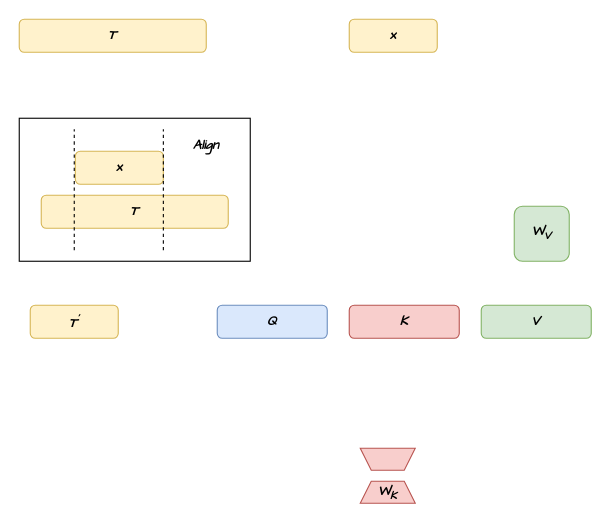
This is 未命名绘图3.drawio from ZhangzeqingCN/api-project, a draw.io file, before an edit. Source tidied: cells renumbered, new cells numbered last; positions are measured from the earlier drawing's top-left corner, leaving out a move shared by most shapes. Both pictures are drawn from the tidied source at 110%, with x=0, y=0 at pixel (19, 19).
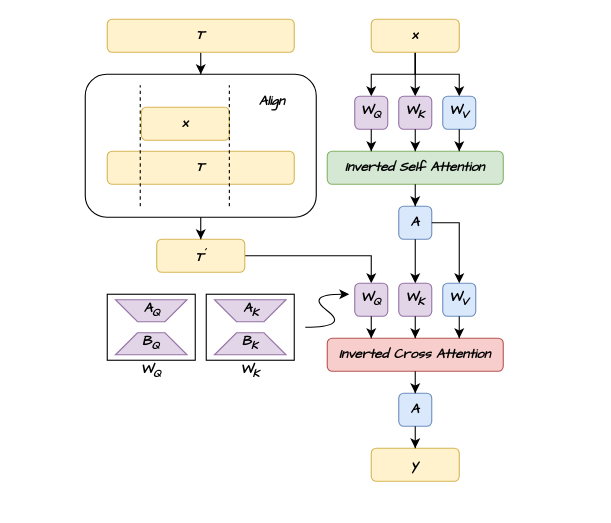
Above is the later version.

Commit message (it also covers changes not shown here):
更新未命名绘图3.drawio

Diff of the diagram source:
```diff
@@
-    <mxCell id="2" value="V" style="rounded=1;whiteSpace=wrap;html=1;rotation=0;fillColor=#d5e8d4;strokeColor=#82b366;fontFamily=Comic Sans MS;fontStyle=3;" parent="1" vertex="1">
-      <mxGeometry x="420" y="260" width="100" height="30" as="geometry" />
-    </mxCell>
-    <mxCell id="3" value="K" style="rounded=1;whiteSpace=wrap;html=1;rotation=0;fillColor=#f8cecc;strokeColor=#b85450;fontFamily=Comic Sans MS;fontStyle=3;" parent="1" vertex="1">
-      <mxGeometry x="300" y="260" width="100" height="30" as="geometry" />
-    </mxCell>
-    <mxCell id="4" value="Q" style="rounded=1;whiteSpace=wrap;html=1;rotation=0;fillColor=#dae8fc;strokeColor=#6c8ebf;fontFamily=Comic Sans MS;fontStyle=3;" parent="1" vertex="1">
-      <mxGeometry x="180" y="260" width="100" height="30" as="geometry" />
-    </mxCell>
+    <mxCell id="19" style="edgeStyle=orthogonalEdgeStyle;rounded=0;jettySize=auto;html=1;entryX=0.5;entryY=0;entryDx=0;entryDy=0;" parent="1" edge="1" source="5" target="29">
+      <mxGeometry relative="1" as="geometry" />
+    </mxCell>
+    <mxCell id="20" style="edgeStyle=orthogonalEdgeStyle;rounded=0;jettySize=auto;html=1;entryX=0.5;entryY=0;entryDx=0;entryDy=0;" parent="1" edge="1" source="5" target="30">
+      <mxGeometry relative="1" as="geometry" />
+    </mxCell>
+    <mxCell id="21" style="edgeStyle=orthogonalEdgeStyle;rounded=0;jettySize=auto;html=1;entryX=0.5;entryY=0;entryDx=0;entryDy=0;" parent="1" edge="1" source="5" target="31">
+      <mxGeometry relative="1" as="geometry" />
+    </mxCell>
     <mxCell id="5" value="&lt;span&gt;x&lt;/span&gt;" style="rounded=1;whiteSpace=wrap;html=1;rotation=0;fillColor=#fff2cc;strokeColor=#d6b656;fontFamily=Comic Sans MS;fontStyle=3;" parent="1" vertex="1">
-      <mxGeometry x="300" width="80" height="30" as="geometry" />
+      <mxGeometry x="320" width="80" height="30" as="geometry" />
     </mxCell>
+    <mxCell id="22" style="edgeStyle=orthogonalEdgeStyle;rounded=0;jettySize=auto;html=1;entryX=0.5;entryY=0;entryDx=0;entryDy=0;" parent="1" edge="1" source="6" target="41">
+      <mxGeometry relative="1" as="geometry" />
+    </mxCell>
     <mxCell id="6" value="T&lt;sup&gt;'&lt;/sup&gt;" style="rounded=1;whiteSpace=wrap;html=1;rotation=0;fillColor=#fff2cc;strokeColor=#d6b656;fontFamily=Comic Sans MS;fontStyle=3;" parent="1" vertex="1">
-      <mxGeometry x="10" y="260" width="80" height="30" as="geometry" />
+      <mxGeometry x="125" y="200" width="80" height="30" as="geometry" />
     </mxCell>
-    <mxCell id="7" value="W&lt;sub&gt;V&lt;/sub&gt;" style="rounded=1;whiteSpace=wrap;html=1;rotation=0;fillColor=#d5e8d4;strokeColor=#82b366;fontFamily=Comic Sans MS;fontStyle=3;" parent="1" vertex="1">
-      <mxGeometry x="450" y="170" width="50" height="50" as="geometry" />
-    </mxCell>
-    <mxCell id="8" value="&lt;span style=&quot;font-family: &amp;quot;Comic Sans MS&amp;quot;; font-style: italic; font-weight: 700;&quot;&gt;W&lt;sub&gt;K&lt;/sub&gt;&lt;/span&gt;" style="shape=trapezoid;perimeter=trapezoidPerimeter;whiteSpace=wrap;html=1;fixedSize=1;fillColor=#f8cecc;strokeColor=#b85450;size=10;" parent="1" vertex="1">
-      <mxGeometry x="310" y="420" width="50" height="20" as="geometry" />
-    </mxCell>
-    <mxCell id="9" style="shape=trapezoid;perimeter=trapezoidPerimeter;whiteSpace=wrap;html=1;fixedSize=1;fillColor=#f8cecc;strokeColor=#b85450;size=10;rotation=-180;" parent="1" vertex="1">
-      <mxGeometry x="310" y="390" width="50" height="20" as="geometry" />
-    </mxCell>
-    <mxCell id="10" style="group;fontFamily=Comic Sans MS;" parent="1" vertex="1">
-      <mxGeometry y="90" width="210" height="130" as="geometry" />
+    <mxCell id="10" style="group;fontFamily=Comic Sans MS;rounded=0;" parent="1" vertex="1">
+      <mxGeometry x="60" y="50" width="210" height="130" as="geometry" />
     </mxCell>
-    <mxCell id="11" style="rounded=0;whiteSpace=wrap;html=1;" parent="10" vertex="1">
+    <mxCell id="11" style="rounded=1;whiteSpace=wrap;html=1;" parent="10" vertex="1">
       <mxGeometry width="210" height="130" as="geometry" />
     </mxCell>
@@
+    <mxCell id="23" style="edgeStyle=orthogonalEdgeStyle;rounded=0;jettySize=auto;html=1;entryX=0.5;entryY=0;entryDx=0;entryDy=0;" parent="1" edge="1" source="18" target="11">
+      <mxGeometry relative="1" as="geometry" />
+    </mxCell>
     <mxCell id="18" value="T" style="rounded=1;whiteSpace=wrap;html=1;rotation=0;fillColor=#fff2cc;strokeColor=#d6b656;fontFamily=Comic Sans MS;fontStyle=3;" parent="1" vertex="1">
-      <mxGeometry width="170" height="30" as="geometry" />
+      <mxGeometry x="80" width="170" height="30" as="geometry" />
     </mxCell>
+    <mxCell id="24" style="edgeStyle=orthogonalEdgeStyle;rounded=0;jettySize=auto;html=1;entryX=0.5;entryY=0;entryDx=0;entryDy=0;" parent="1" edge="1" source="11" target="6">
+      <mxGeometry relative="1" as="geometry" />
+    </mxCell>
+    <mxCell id="25" style="group;" parent="1" vertex="1">
+      <mxGeometry x="280" y="70" width="160" height="130" as="geometry" />
+    </mxCell>
+    <mxCell id="26" style="group;" parent="25" vertex="1">
+      <mxGeometry width="160" height="80" as="geometry" />
+    </mxCell>
+    <mxCell id="27" value="&lt;span&gt;Inverted Self Attention&lt;/span&gt;" style="rounded=1;whiteSpace=wrap;html=1;rotation=0;fillColor=#d5e8d4;strokeColor=#82b366;fontFamily=Comic Sans MS;fontStyle=3;" parent="26" vertex="1">
+      <mxGeometry y="50" width="160" height="30" as="geometry" />
+    </mxCell>
+    <mxCell id="28" style="group;" parent="26" vertex="1">
+      <mxGeometry x="25" width="110" height="30" as="geometry" />
+    </mxCell>
+    <mxCell id="29" value="&lt;span&gt;W&lt;sub&gt;Q&lt;/sub&gt;&lt;/span&gt;" style="rounded=1;whiteSpace=wrap;html=1;rotation=0;fillColor=#e1d5e7;strokeColor=#9673a6;fontFamily=Comic Sans MS;fontStyle=3;" parent="28" vertex="1">
+      <mxGeometry width="30" height="30" as="geometry" />
+    </mxCell>
+    <mxCell id="30" value="&lt;span&gt;W&lt;sub&gt;K&lt;/sub&gt;&lt;/span&gt;" style="rounded=1;whiteSpace=wrap;html=1;rotation=0;fillColor=#e1d5e7;strokeColor=#9673a6;fontFamily=Comic Sans MS;fontStyle=3;" parent="28" vertex="1">
+      <mxGeometry x="40" width="30" height="30" as="geometry" />
+    </mxCell>
+    <mxCell id="31" value="&lt;span&gt;W&lt;sub&gt;V&lt;/sub&gt;&lt;/span&gt;" style="rounded=1;whiteSpace=wrap;html=1;rotation=0;fillColor=#dae8fc;strokeColor=#6c8ebf;fontFamily=Comic Sans MS;fontStyle=3;" parent="28" vertex="1">
+      <mxGeometry x="80" width="30" height="30" as="geometry" />
+    </mxCell>
+    <mxCell id="32" style="edgeStyle=orthogonalEdgeStyle;rounded=0;jettySize=auto;html=1;entryX=0.25;entryY=0;entryDx=0;entryDy=0;" parent="26" edge="1" source="29" target="27">
+      <mxGeometry relative="1" as="geometry" />
+    </mxCell>
+    <mxCell id="33" style="edgeStyle=orthogonalEdgeStyle;rounded=0;jettySize=auto;html=1;entryX=0.5;entryY=0;entryDx=0;entryDy=0;" parent="26" edge="1" source="30" target="27">
+      <mxGeometry relative="1" as="geometry" />
+    </mxCell>
+    <mxCell id="34" style="edgeStyle=orthogonalEdgeStyle;rounded=0;jettySize=auto;html=1;entryX=0.75;entryY=0;entryDx=0;entryDy=0;" parent="26" edge="1" source="31" target="27">
+      <mxGeometry relative="1" as="geometry" />
+    </mxCell>
+    <mxCell id="35" value="&lt;span&gt;A&lt;/span&gt;" style="rounded=1;whiteSpace=wrap;html=1;rotation=0;fillColor=#dae8fc;strokeColor=#6c8ebf;fontFamily=Comic Sans MS;fontStyle=3;" parent="25" vertex="1">
+      <mxGeometry x="65" y="100" width="30" height="30" as="geometry" />
+    </mxCell>
+    <mxCell id="36" style="edgeStyle=orthogonalEdgeStyle;rounded=0;jettySize=auto;html=1;" parent="25" edge="1" source="27" target="35">
+      <mxGeometry relative="1" as="geometry" />
+    </mxCell>
+    <mxCell id="37" style="group;" parent="1" vertex="1">
+      <mxGeometry x="280" y="240" width="160" height="130" as="geometry" />
+    </mxCell>
+    <mxCell id="38" style="group;" parent="37" vertex="1">
+      <mxGeometry width="160" height="80" as="geometry" />
+    </mxCell>
+    <mxCell id="39" value="&lt;span&gt;Inverted Cross Attention&lt;/span&gt;" style="rounded=1;whiteSpace=wrap;html=1;rotation=0;fillColor=#f8cecc;strokeColor=#b85450;fontFamily=Comic Sans MS;fontStyle=3;" parent="38" vertex="1">
+      <mxGeometry y="50" width="160" height="30" as="geometry" />
+    </mxCell>
+    <mxCell id="40" style="group;" parent="38" vertex="1">
+      <mxGeometry x="25" width="110" height="30" as="geometry" />
+    </mxCell>
+    <mxCell id="41" value="&lt;span&gt;W&lt;sub&gt;Q&lt;/sub&gt;&lt;/span&gt;" style="rounded=1;whiteSpace=wrap;html=1;rotation=0;fillColor=#e1d5e7;strokeColor=#9673a6;fontFamily=Comic Sans MS;fontStyle=3;" parent="40" vertex="1">
+      <mxGeometry width="30" height="30" as="geometry" />
+    </mxCell>
+    <mxCell id="42" value="W&lt;sub&gt;K&lt;/sub&gt;" style="rounded=1;whiteSpace=wrap;html=1;rotation=0;fillColor=#e1d5e7;strokeColor=#9673a6;fontFamily=Comic Sans MS;fontStyle=3;" parent="40" vertex="1">
+      <mxGeometry x="40" width="30" height="30" as="geometry" />
+    </mxCell>
+    <mxCell id="43" value="&lt;span&gt;W&lt;sub&gt;V&lt;/sub&gt;&lt;/span&gt;" style="rounded=1;whiteSpace=wrap;html=1;rotation=0;fillColor=#dae8fc;strokeColor=#6c8ebf;fontFamily=Comic Sans MS;fontStyle=3;" parent="40" vertex="1">
+      <mxGeometry x="80" width="30" height="30" as="geometry" />
+    </mxCell>
+    <mxCell id="44" style="edgeStyle=orthogonalEdgeStyle;rounded=0;jettySize=auto;html=1;entryX=0.25;entryY=0;entryDx=0;entryDy=0;" parent="38" edge="1" source="41" target="39">
+      <mxGeometry relative="1" as="geometry" />
+    </mxCell>
+    <mxCell id="45" style="edgeStyle=orthogonalEdgeStyle;rounded=0;jettySize=auto;html=1;entryX=0.5;entryY=0;entryDx=0;entryDy=0;" parent="38" edge="1" source="42" target="39">
+      <mxGeometry relative="1" as="geometry" />
+    </mxCell>
+    <mxCell id="46" style="edgeStyle=orthogonalEdgeStyle;rounded=0;jettySize=auto;html=1;entryX=0.75;entryY=0;entryDx=0;entryDy=0;" parent="38" edge="1" source="43" target="39">
+      <mxGeometry relative="1" as="geometry" />
+    </mxCell>
+    <mxCell id="47" style="curved=1;endArrow=classic;html=1;rounded=0;" parent="38" edge="1">
+      <mxGeometry relative="1" as="geometry">
+        <mxPoint x="-20" y="40" as="sourcePoint" />
+        <mxPoint x="20" y="10" as="targetPoint" />
+        <Array as="points">
+          <mxPoint x="20" y="40" />
+          <mxPoint x="-20" y="10" />
+        </Array>
+      </mxGeometry>
+    </mxCell>
+    <mxCell id="48" value="&lt;span&gt;A&lt;/span&gt;" style="rounded=1;whiteSpace=wrap;html=1;rotation=0;fillColor=#dae8fc;strokeColor=#6c8ebf;fontFamily=Comic Sans MS;fontStyle=3;" parent="37" vertex="1">
+      <mxGeometry x="65" y="100" width="30" height="30" as="geometry" />
+    </mxCell>
+    <mxCell id="49" style="edgeStyle=orthogonalEdgeStyle;rounded=0;jettySize=auto;html=1;" parent="37" edge="1" source="39" target="48">
+      <mxGeometry relative="1" as="geometry" />
+    </mxCell>
+    <mxCell id="50" style="edgeStyle=orthogonalEdgeStyle;rounded=0;jettySize=auto;html=1;entryX=0.5;entryY=0;entryDx=0;entryDy=0;" parent="1" edge="1" source="35" target="42">
+      <mxGeometry relative="1" as="geometry" />
+    </mxCell>
+    <mxCell id="51" style="edgeStyle=orthogonalEdgeStyle;rounded=0;jettySize=auto;html=1;" parent="1" edge="1" source="35" target="43">
+      <mxGeometry relative="1" as="geometry" />
+    </mxCell>
+    <mxCell id="52" value="&lt;span&gt;y&lt;/span&gt;" style="rounded=1;whiteSpace=wrap;html=1;rotation=0;fillColor=#fff2cc;strokeColor=#d6b656;fontFamily=Comic Sans MS;fontStyle=3;" parent="1" vertex="1">
+      <mxGeometry x="320" y="390" width="80" height="30" as="geometry" />
+    </mxCell>
+    <mxCell id="53" style="edgeStyle=orthogonalEdgeStyle;rounded=0;jettySize=auto;html=1;" parent="1" edge="1" source="48" target="52">
+      <mxGeometry relative="1" as="geometry" />
+    </mxCell>
+    <mxCell id="54" style="group;" parent="1" vertex="1">
+      <mxGeometry x="80" y="250" width="80" height="80" as="geometry" />
+    </mxCell>
+    <mxCell id="55" style="rounded=0;whiteSpace=wrap;html=1;" parent="54" vertex="1">
+      <mxGeometry width="80" height="60" as="geometry" />
+    </mxCell>
+    <mxCell id="56" style="group;" parent="54" vertex="1">
+      <mxGeometry x="7.5" width="65" height="60" as="geometry" />
+    </mxCell>
+    <mxCell id="57" style="shape=trapezoid;perimeter=trapezoidPerimeter;whiteSpace=wrap;html=1;fixedSize=1;fillColor=#e1d5e7;strokeColor=#9673a6;fontFamily=Comic Sans MS;fontStyle=3;" parent="56" vertex="1">
+      <mxGeometry y="35" width="65" height="20" as="geometry" />
+    </mxCell>
+    <mxCell id="58" style="shape=trapezoid;perimeter=trapezoidPerimeter;whiteSpace=wrap;html=1;fixedSize=1;rotation=-180;fillColor=#e1d5e7;strokeColor=#9673a6;fontFamily=Comic Sans MS;fontStyle=3;" parent="56" vertex="1">
+      <mxGeometry y="5" width="65" height="20" as="geometry" />
+    </mxCell>
+    <mxCell id="59" value="A&lt;sub&gt;Q&lt;/sub&gt;" style="text;html=1;align=center;verticalAlign=middle;whiteSpace=wrap;rounded=0;fontFamily=Comic Sans MS;fontStyle=3;" parent="56" vertex="1">
+      <mxGeometry x="3" width="60" height="30" as="geometry" />
+    </mxCell>
+    <mxCell id="60" value="B&lt;sub&gt;Q&lt;/sub&gt;" style="text;html=1;align=center;verticalAlign=middle;whiteSpace=wrap;rounded=0;fontFamily=Comic Sans MS;fontStyle=3;" parent="56" vertex="1">
+      <mxGeometry x="2.5" y="30" width="60" height="30" as="geometry" />
+    </mxCell>
+    <mxCell id="61" value="W&lt;sub&gt;Q&lt;/sub&gt;" style="text;html=1;align=center;verticalAlign=middle;whiteSpace=wrap;rounded=0;fontStyle=3;fontFamily=Comic Sans MS;" parent="54" vertex="1">
+      <mxGeometry x="25" y="60" width="30" height="20" as="geometry" />
+    </mxCell>
+    <mxCell id="62" style="group;" parent="1" vertex="1">
+      <mxGeometry x="170" y="250" width="80" height="80" as="geometry" />
+    </mxCell>
+    <mxCell id="63" style="rounded=0;whiteSpace=wrap;html=1;" parent="62" vertex="1">
+      <mxGeometry width="80" height="60" as="geometry" />
+    </mxCell>
+    <mxCell id="64" style="group;" parent="62" vertex="1">
+      <mxGeometry x="7.5" width="65" height="60" as="geometry" />
+    </mxCell>
+    <mxCell id="65" style="shape=trapezoid;perimeter=trapezoidPerimeter;whiteSpace=wrap;html=1;fixedSize=1;fillColor=#e1d5e7;strokeColor=#9673a6;fontFamily=Comic Sans MS;fontStyle=3;" parent="64" vertex="1">
+      <mxGeometry y="35" width="65" height="20" as="geometry" />
+    </mxCell>
+    <mxCell id="66" style="shape=trapezoid;perimeter=trapezoidPerimeter;whiteSpace=wrap;html=1;fixedSize=1;rotation=-180;fillColor=#e1d5e7;strokeColor=#9673a6;fontFamily=Comic Sans MS;fontStyle=3;" parent="64" vertex="1">
+      <mxGeometry y="5" width="65" height="20" as="geometry" />
+    </mxCell>
+    <mxCell id="67" value="A&lt;sub&gt;K&lt;/sub&gt;" style="text;html=1;align=center;verticalAlign=middle;whiteSpace=wrap;rounded=0;fontFamily=Comic Sans MS;fontStyle=3;" parent="64" vertex="1">
+      <mxGeometry x="3" width="60" height="30" as="geometry" />
+    </mxCell>
+    <mxCell id="68" value="B&lt;sub&gt;K&lt;/sub&gt;" style="text;html=1;align=center;verticalAlign=middle;whiteSpace=wrap;rounded=0;fontFamily=Comic Sans MS;fontStyle=3;" parent="64" vertex="1">
+      <mxGeometry x="2.5" y="30" width="60" height="30" as="geometry" />
+    </mxCell>
+    <mxCell id="69" value="W&lt;sub&gt;K&lt;/sub&gt;" style="text;html=1;align=center;verticalAlign=middle;whiteSpace=wrap;rounded=0;fontStyle=3;fontFamily=Comic Sans MS;" parent="62" vertex="1">
+      <mxGeometry x="25" y="60" width="30" height="20" as="geometry" />
+    </mxCell>
```
